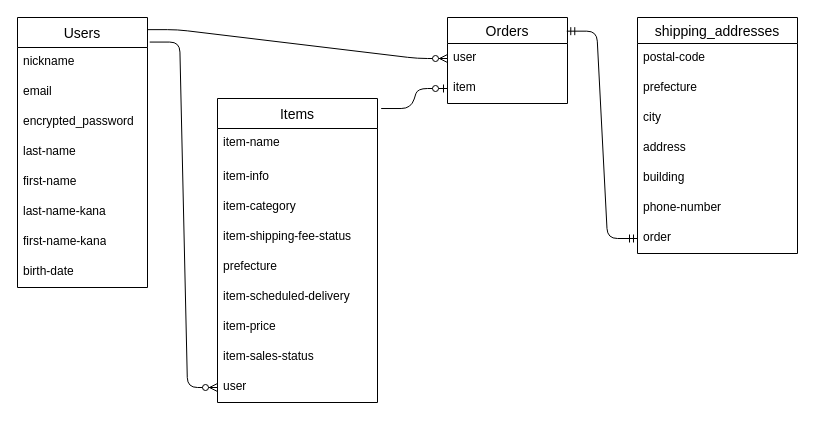
Before: ER.dio in morrisworks/furima-41912, a draw.io diagram. Source tidied: cells renumbered, new cells numbered last; positions are measured from the earlier drawing's top-left corner, leaving out a move shared by most shapes. Both pictures are drawn from the tidied source at 100%, with x=0, y=0 at pixel (17, 17).
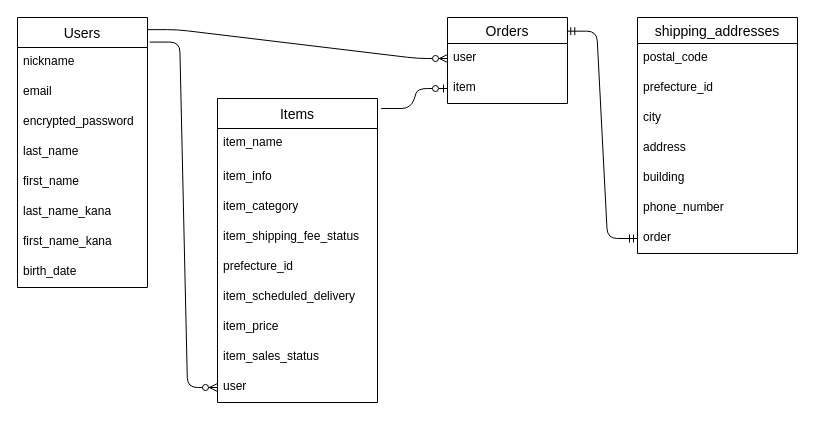
Above is the later version.

Commit message (it also covers changes not shown here):
ActiveHashを用いてリライト

Unchanged cells that the change refers to:
```xml
<mxCell id="2" value="shipping_addresses" style="swimlane;fontStyle=0;horizontal=1;startSize=26;align=center;fontSize=14;" parent="1" vertex="1">
  <mxGeometry x="620" width="160" height="236" as="geometry" />
</mxCell>
<mxCell id="10" value="Items" style="swimlane;fontStyle=0;horizontal=1;startSize=30;align=center;fontSize=14;" parent="1" vertex="1">
  <mxGeometry x="200" y="81" width="160" height="304" as="geometry" />
</mxCell>
<mxCell id="20" value="Users" style="swimlane;fontStyle=0;horizontal=1;startSize=30;align=center;fontSize=14;" parent="1" vertex="1">
  <mxGeometry width="130" height="270" as="geometry" />
</mxCell>
```

Diff of the diagram source:
```diff
@@
-    <mxCell id="3" value="postal-code" style="text;strokeColor=none;fillColor=none;spacingLeft=4;spacingRight=4;overflow=hidden;fontSize=12;whiteSpace=wrap;html=1;" parent="2" vertex="1">
+    <mxCell id="3" value="postal_code" style="text;strokeColor=none;fillColor=none;spacingLeft=4;spacingRight=4;overflow=hidden;fontSize=12;whiteSpace=wrap;html=1;" parent="2" vertex="1">
       <mxGeometry y="26" width="160" height="30" as="geometry" />
     </mxCell>
-    <mxCell id="4" value="prefecture" style="text;strokeColor=none;fillColor=none;spacingLeft=4;spacingRight=4;overflow=hidden;fontSize=12;whiteSpace=wrap;html=1;" parent="2" vertex="1">
+    <mxCell id="4" value="prefecture_id" style="text;strokeColor=none;fillColor=none;spacingLeft=4;spacingRight=4;overflow=hidden;fontSize=12;whiteSpace=wrap;html=1;" parent="2" vertex="1">
       <mxGeometry y="56" width="160" height="30" as="geometry" />
     </mxCell>
@@
-    <mxCell id="8" value="phone-number" style="text;strokeColor=none;fillColor=none;spacingLeft=4;spacingRight=4;overflow=hidden;fontSize=12;whiteSpace=wrap;html=1;" parent="2" vertex="1">
+    <mxCell id="8" value="phone_number" style="text;strokeColor=none;fillColor=none;spacingLeft=4;spacingRight=4;overflow=hidden;fontSize=12;whiteSpace=wrap;html=1;" parent="2" vertex="1">
       <mxGeometry y="176" width="160" height="30" as="geometry" />
     </mxCell>
@@
-    <mxCell id="11" value="item-name" style="text;strokeColor=none;fillColor=none;spacingLeft=4;spacingRight=4;overflow=hidden;fontSize=12;whiteSpace=wrap;html=1;" parent="10" vertex="1">
+    <mxCell id="11" value="item_name" style="text;strokeColor=none;fillColor=none;spacingLeft=4;spacingRight=4;overflow=hidden;fontSize=12;whiteSpace=wrap;html=1;" parent="10" vertex="1">
       <mxGeometry y="30" width="160" height="34" as="geometry" />
     </mxCell>
-    <mxCell id="12" value="item-info" style="text;strokeColor=none;fillColor=none;spacingLeft=4;spacingRight=4;overflow=hidden;fontSize=12;whiteSpace=wrap;html=1;" parent="10" vertex="1">
+    <mxCell id="12" value="item_info" style="text;strokeColor=none;fillColor=none;spacingLeft=4;spacingRight=4;overflow=hidden;fontSize=12;whiteSpace=wrap;html=1;" parent="10" vertex="1">
       <mxGeometry y="64" width="160" height="30" as="geometry" />
     </mxCell>
-    <mxCell id="13" value="item-category" style="text;strokeColor=none;fillColor=none;spacingLeft=4;spacingRight=4;overflow=hidden;fontSize=12;whiteSpace=wrap;html=1;" parent="10" vertex="1">
+    <mxCell id="13" value="item_category" style="text;strokeColor=none;fillColor=none;spacingLeft=4;spacingRight=4;overflow=hidden;fontSize=12;whiteSpace=wrap;html=1;" parent="10" vertex="1">
       <mxGeometry y="94" width="160" height="30" as="geometry" />
     </mxCell>
-    <mxCell id="14" value="item-shipping-fee-status" style="text;strokeColor=none;fillColor=none;spacingLeft=4;spacingRight=4;overflow=hidden;fontSize=12;whiteSpace=wrap;html=1;" parent="10" vertex="1">
+    <mxCell id="14" value="item_shipping_fee_status" style="text;strokeColor=none;fillColor=none;spacingLeft=4;spacingRight=4;overflow=hidden;fontSize=12;whiteSpace=wrap;html=1;" parent="10" vertex="1">
       <mxGeometry y="124" width="160" height="30" as="geometry" />
     </mxCell>
-    <mxCell id="15" value="prefecture" style="text;strokeColor=none;fillColor=none;spacingLeft=4;spacingRight=4;overflow=hidden;fontSize=12;whiteSpace=wrap;html=1;" parent="10" vertex="1">
+    <mxCell id="15" value="prefecture_id" style="text;strokeColor=none;fillColor=none;spacingLeft=4;spacingRight=4;overflow=hidden;fontSize=12;whiteSpace=wrap;html=1;" parent="10" vertex="1">
       <mxGeometry y="154" width="160" height="30" as="geometry" />
     </mxCell>
-    <mxCell id="16" value="item-scheduled-delivery" style="text;strokeColor=none;fillColor=none;spacingLeft=4;spacingRight=4;overflow=hidden;fontSize=12;whiteSpace=wrap;html=1;" parent="10" vertex="1">
+    <mxCell id="16" value="item_scheduled_delivery" style="text;strokeColor=none;fillColor=none;spacingLeft=4;spacingRight=4;overflow=hidden;fontSize=12;whiteSpace=wrap;html=1;" parent="10" vertex="1">
       <mxGeometry y="184" width="160" height="30" as="geometry" />
     </mxCell>
-    <mxCell id="17" value="item-price" style="text;strokeColor=none;fillColor=none;spacingLeft=4;spacingRight=4;overflow=hidden;fontSize=12;whiteSpace=wrap;html=1;" parent="10" vertex="1">
+    <mxCell id="17" value="item_price" style="text;strokeColor=none;fillColor=none;spacingLeft=4;spacingRight=4;overflow=hidden;fontSize=12;whiteSpace=wrap;html=1;" parent="10" vertex="1">
       <mxGeometry y="214" width="160" height="30" as="geometry" />
     </mxCell>
-    <mxCell id="18" value="item-sales-status" style="text;strokeColor=none;fillColor=none;spacingLeft=4;spacingRight=4;overflow=hidden;fontSize=12;whiteSpace=wrap;html=1;" parent="10" vertex="1">
+    <mxCell id="18" value="item_sales_status" style="text;strokeColor=none;fillColor=none;spacingLeft=4;spacingRight=4;overflow=hidden;fontSize=12;whiteSpace=wrap;html=1;" parent="10" vertex="1">
       <mxGeometry y="244" width="160" height="30" as="geometry" />
     </mxCell>
@@
-    <mxCell id="24" value="last-name" style="text;strokeColor=none;fillColor=none;spacingLeft=4;spacingRight=4;overflow=hidden;fontSize=12;whiteSpace=wrap;html=1;" parent="20" vertex="1">
+    <mxCell id="24" value="last_name" style="text;strokeColor=none;fillColor=none;spacingLeft=4;spacingRight=4;overflow=hidden;fontSize=12;whiteSpace=wrap;html=1;" parent="20" vertex="1">
       <mxGeometry y="120" width="130" height="30" as="geometry" />
     </mxCell>
-    <mxCell id="25" value="first-name" style="text;strokeColor=none;fillColor=none;spacingLeft=4;spacingRight=4;overflow=hidden;fontSize=12;whiteSpace=wrap;html=1;" parent="20" vertex="1">
+    <mxCell id="25" value="first_name" style="text;strokeColor=none;fillColor=none;spacingLeft=4;spacingRight=4;overflow=hidden;fontSize=12;whiteSpace=wrap;html=1;" parent="20" vertex="1">
       <mxGeometry y="150" width="130" height="30" as="geometry" />
     </mxCell>
-    <mxCell id="26" value="last-name-kana" style="text;strokeColor=none;fillColor=none;spacingLeft=4;spacingRight=4;overflow=hidden;fontSize=12;whiteSpace=wrap;html=1;" parent="20" vertex="1">
+    <mxCell id="26" value="last_name_kana" style="text;strokeColor=none;fillColor=none;spacingLeft=4;spacingRight=4;overflow=hidden;fontSize=12;whiteSpace=wrap;html=1;" parent="20" vertex="1">
       <mxGeometry y="180" width="130" height="30" as="geometry" />
     </mxCell>
-    <mxCell id="27" value="first-name-kana" style="text;strokeColor=none;fillColor=none;spacingLeft=4;spacingRight=4;overflow=hidden;fontSize=12;whiteSpace=wrap;html=1;" parent="20" vertex="1">
+    <mxCell id="27" value="first_name_kana" style="text;strokeColor=none;fillColor=none;spacingLeft=4;spacingRight=4;overflow=hidden;fontSize=12;whiteSpace=wrap;html=1;" parent="20" vertex="1">
       <mxGeometry y="210" width="130" height="30" as="geometry" />
     </mxCell>
-    <mxCell id="28" value="birth-date" style="text;strokeColor=none;fillColor=none;spacingLeft=4;spacingRight=4;overflow=hidden;fontSize=12;whiteSpace=wrap;html=1;" parent="20" vertex="1">
+    <mxCell id="28" value="birth_date" style="text;strokeColor=none;fillColor=none;spacingLeft=4;spacingRight=4;overflow=hidden;fontSize=12;whiteSpace=wrap;html=1;" parent="20" vertex="1">
       <mxGeometry y="240" width="130" height="30" as="geometry" />
     </mxCell>
```
